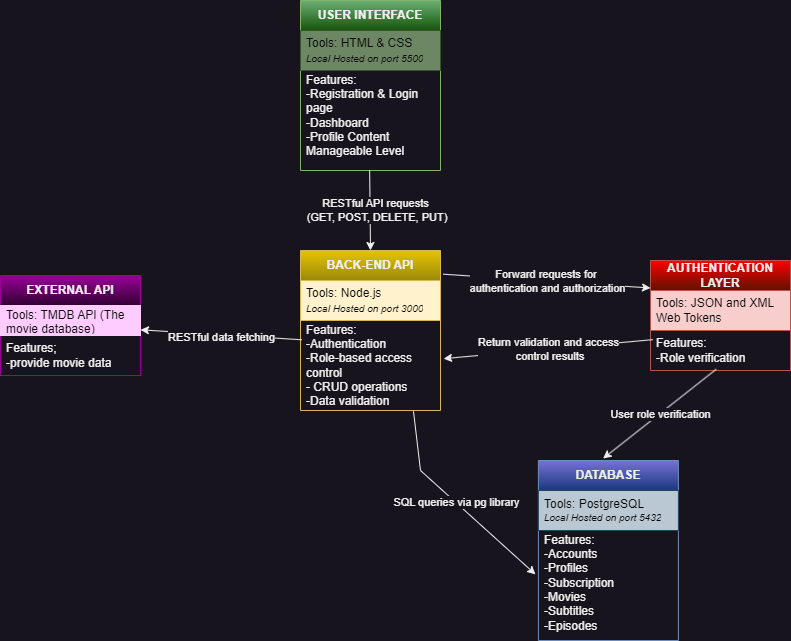
Above: netflix/documents/SystemOverview.drawio.png in MichelleCovali/netflix-project (draw.io), before the change. Source tidied: cells renumbered, new cells last; positions are measured from the earlier drawing's top-left corner, leaving out a move shared by most shapes. Source of this version:
```xml
<mxGraphModel>
  <root>
    <mxCell id="0" />
    <mxCell id="1" parent="0" />
    <mxCell id="2" value="USER INTERFACE" style="swimlane;fontStyle=1;horizontal=1;startSize=30;whiteSpace=wrap;html=1;fillColor=#6CB075;gradientColor=#15540B;strokeColor=#82b366;" parent="1" vertex="1">
      <mxGeometry x="300" width="140" height="170" as="geometry" />
    </mxCell>
    <mxCell id="3" value="&lt;font color=&quot;#000000&quot;&gt;Tools: HTML &amp;amp; CSS&lt;/font&gt;&lt;div&gt;&lt;font style=&quot;font-size: 10px;&quot; color=&quot;#000000&quot;&gt;&lt;i&gt;Local Hosted on port 5500&lt;/i&gt;&lt;/font&gt;&lt;/div&gt;" style="text;strokeColor=#3A5431;fillColor=#6d8764;align=left;verticalAlign=middle;spacingLeft=4;spacingRight=4;overflow=hidden;whiteSpace=wrap;html=1;fontColor=#ffffff;" parent="2" vertex="1">
      <mxGeometry y="30" width="140" height="40" as="geometry" />
    </mxCell>
    <mxCell id="4" value="Features:&amp;nbsp;&lt;div&gt;-Registration &amp;amp; Login page&lt;/div&gt;&lt;div&gt;-Dashboard&lt;/div&gt;&lt;div&gt;-Profile Content Manageable Level&lt;/div&gt;&lt;div&gt;&lt;br&gt;&lt;/div&gt;" style="text;strokeColor=none;fillColor=none;align=left;verticalAlign=middle;spacingLeft=4;spacingRight=4;overflow=hidden;points=[[0,0.5],[1,0.5]];portConstraint=eastwest;whiteSpace=wrap;html=1;" parent="2" vertex="1">
      <mxGeometry y="70" width="140" height="100" as="geometry" />
    </mxCell>
    <mxCell id="5" value="&lt;b&gt;BACK-END API&lt;/b&gt;" style="swimlane;fontStyle=0;horizontal=1;startSize=30;whiteSpace=wrap;html=1;fillColor=#E3C503;gradientColor=#9C8708;strokeColor=#d6b656;" parent="1" vertex="1">
      <mxGeometry x="300" y="250" width="140" height="160" as="geometry" />
    </mxCell>
    <mxCell id="6" value="Tools: Node.js&lt;div&gt;&lt;font style=&quot;font-size: 10px;&quot;&gt;&lt;i&gt;Local Hosted on port 3000&lt;/i&gt;&lt;/font&gt;&lt;/div&gt;" style="text;strokeColor=#d6b656;fillColor=#fff2cc;align=left;verticalAlign=middle;spacingLeft=4;spacingRight=4;overflow=hidden;whiteSpace=wrap;html=1;fontColor=#000000;" parent="5" vertex="1">
      <mxGeometry y="30" width="140" height="40" as="geometry" />
    </mxCell>
    <mxCell id="7" value="Features:&amp;nbsp;&lt;div&gt;-Authentication&lt;/div&gt;&lt;div&gt;-Role-based access control&lt;/div&gt;&lt;div&gt;- CRUD operations&lt;/div&gt;&lt;div&gt;-Data validation&lt;/div&gt;&lt;div&gt;&lt;br&gt;&lt;/div&gt;" style="text;strokeColor=none;fillColor=none;align=left;verticalAlign=middle;spacingLeft=4;spacingRight=4;overflow=hidden;points=[[0,0.5],[1,0.5]];portConstraint=eastwest;whiteSpace=wrap;html=1;" parent="5" vertex="1">
      <mxGeometry y="70" width="140" height="90" as="geometry" />
    </mxCell>
    <mxCell id="8" value="&lt;b&gt;DATABASE&lt;/b&gt;" style="swimlane;fontStyle=0;horizontal=1;startSize=30;whiteSpace=wrap;html=1;fillColor=#7872D6;gradientColor=#1A387D;strokeColor=#6c8ebf;" parent="1" vertex="1">
      <mxGeometry x="537.9" y="460" width="140" height="180" as="geometry" />
    </mxCell>
    <mxCell id="9" value="Tools: PostgreSQL&lt;div style=&quot;font-size: 10px;&quot;&gt;&lt;i&gt;Local Hosted on port 5432&lt;/i&gt;&lt;/div&gt;" style="text;strokeColor=#23445d;fillColor=#bac8d3;align=left;verticalAlign=middle;spacingLeft=4;spacingRight=4;overflow=hidden;whiteSpace=wrap;html=1;fontColor=#000000;" parent="8" vertex="1">
      <mxGeometry y="30" width="140" height="40" as="geometry" />
    </mxCell>
    <mxCell id="10" value="Features:&lt;div&gt;-Accounts&lt;/div&gt;&lt;div&gt;-Profiles&lt;/div&gt;&lt;div&gt;-Subscription&lt;/div&gt;&lt;div&gt;-Movies&lt;/div&gt;&lt;div&gt;-Subtitles&lt;/div&gt;&lt;div&gt;-Episodes&lt;/div&gt;&lt;div&gt;-&lt;/div&gt;" style="text;strokeColor=none;fillColor=none;align=left;verticalAlign=middle;spacingLeft=4;spacingRight=4;overflow=hidden;points=[[0,0.5],[1,0.5]];portConstraint=eastwest;whiteSpace=wrap;html=1;" parent="8" vertex="1">
      <mxGeometry y="70" width="140" height="110" as="geometry" />
    </mxCell>
    <mxCell id="11" value="&lt;b&gt;EXTERNAL API&lt;/b&gt;" style="swimlane;fontStyle=0;horizontal=1;startSize=30;whiteSpace=wrap;html=1;fillColor=#990099;gradientColor=#330033;strokeColor=#990099;" parent="1" vertex="1">
      <mxGeometry y="275" width="140" height="100" as="geometry" />
    </mxCell>
    <mxCell id="12" value="Tools: TMDB API (The movie database)" style="text;strokeColor=#FFCCFF;fillColor=#FFCCFF;align=left;verticalAlign=middle;spacingLeft=4;spacingRight=4;overflow=hidden;whiteSpace=wrap;html=1;fontColor=#000000;" parent="11" vertex="1">
      <mxGeometry y="30" width="140" height="30" as="geometry" />
    </mxCell>
    <mxCell id="13" value="Features;&lt;div&gt;-provide movie data&lt;/div&gt;" style="text;strokeColor=none;fillColor=none;align=left;verticalAlign=middle;spacingLeft=4;spacingRight=4;overflow=hidden;whiteSpace=wrap;html=1;" parent="11" vertex="1">
      <mxGeometry y="60" width="140" height="40" as="geometry" />
    </mxCell>
    <mxCell id="14" value="&lt;b&gt;AUTHENTICATION LAYER&lt;/b&gt;" style="swimlane;fontStyle=0;horizontal=1;startSize=30;whiteSpace=wrap;html=1;fillColor=#FF0000;gradientColor=#5E1300;strokeColor=#b85450;" parent="1" vertex="1">
      <mxGeometry x="650" y="260" width="140" height="110" as="geometry" />
    </mxCell>
    <mxCell id="15" value="Tools: JSON and XML Web Tokens" style="text;strokeColor=#b85450;fillColor=#f8cecc;align=left;verticalAlign=middle;spacingLeft=4;spacingRight=4;overflow=hidden;whiteSpace=wrap;html=1;fontColor=#000000;" parent="14" vertex="1">
      <mxGeometry y="30" width="140" height="40" as="geometry" />
    </mxCell>
    <mxCell id="16" value="Features:&lt;div&gt;-Role verification&lt;/div&gt;" style="text;strokeColor=none;fillColor=none;align=left;verticalAlign=middle;spacingLeft=4;spacingRight=4;overflow=hidden;points=[[0,0.5],[1,0.5]];portConstraint=eastwest;whiteSpace=wrap;html=1;" parent="14" vertex="1">
      <mxGeometry y="70" width="140" height="40" as="geometry" />
    </mxCell>
    <mxCell id="17" style="endArrow=classic;html=1;rounded=0;entryX=-0.021;entryY=0.399;entryDx=0;entryDy=0;entryPerimeter=0;exitX=0.807;exitY=1.008;exitDx=0;exitDy=0;exitPerimeter=0;" parent="1" edge="1" source="7" target="10">
      <mxGeometry relative="1" as="geometry">
        <Array as="points">
          <mxPoint x="420" y="470" />
        </Array>
      </mxGeometry>
    </mxCell>
    <mxCell id="18" value="SQL queries via pg library" style="edgeLabel;html=1;align=center;verticalAlign=middle;" parent="17" vertex="1">
      <mxGeometry relative="1" as="geometry" />
    </mxCell>
    <mxCell id="19" style="endArrow=classic;html=1;rounded=0;exitX=0.494;exitY=0.995;exitDx=0;exitDy=0;exitPerimeter=0;entryX=0.5;entryY=0;entryDx=0;entryDy=0;" parent="1" edge="1" source="4" target="5">
      <mxGeometry relative="1" as="geometry" />
    </mxCell>
    <mxCell id="20" value="RESTful API requests&lt;div&gt;&amp;nbsp;(GET, POST, DELETE, PUT)&lt;/div&gt;" style="edgeLabel;html=1;align=center;verticalAlign=middle;" parent="19" vertex="1">
      <mxGeometry relative="1" as="geometry">
        <mxPoint x="5" as="offset" />
      </mxGeometry>
    </mxCell>
    <mxCell id="21" style="endArrow=classic;html=1;rounded=0;exitX=0.009;exitY=0.214;exitDx=0;exitDy=0;exitPerimeter=0;" parent="1" edge="1" source="7" target="11">
      <mxGeometry relative="1" as="geometry" />
    </mxCell>
    <mxCell id="22" value="RESTful data fetching&lt;div&gt;&lt;br&gt;&lt;/div&gt;" style="edgeLabel;html=1;align=center;verticalAlign=middle;" parent="21" vertex="1">
      <mxGeometry relative="1" as="geometry">
        <mxPoint y="9" as="offset" />
      </mxGeometry>
    </mxCell>
    <mxCell id="23" style="endArrow=classic;html=1;rounded=0;entryX=0;entryY=0.25;entryDx=0;entryDy=0;exitX=1.019;exitY=0.148;exitDx=0;exitDy=0;exitPerimeter=0;" parent="1" edge="1" source="5" target="14">
      <mxGeometry relative="1" as="geometry" />
    </mxCell>
    <mxCell id="24" value="Forward requests for&amp;nbsp;&lt;div&gt;authentication and authorization&lt;/div&gt;" style="edgeLabel;html=1;align=center;verticalAlign=middle;" parent="23" vertex="1">
      <mxGeometry relative="1" as="geometry" />
    </mxCell>
    <mxCell id="25" style="endArrow=classic;html=1;rounded=0;entryX=0.462;entryY=-0.011;entryDx=0;entryDy=0;entryPerimeter=0;exitX=0.47;exitY=0.967;exitDx=0;exitDy=0;exitPerimeter=0;" parent="1" edge="1" source="16" target="8">
      <mxGeometry relative="1" as="geometry" />
    </mxCell>
    <mxCell id="26" value="User role verification" style="edgeLabel;html=1;align=center;verticalAlign=middle;" parent="25" vertex="1">
      <mxGeometry relative="1" as="geometry" />
    </mxCell>
    <mxCell id="27" style="endArrow=classic;html=1;rounded=0;exitX=0.017;exitY=0.229;exitDx=0;exitDy=0;exitPerimeter=0;entryX=1.022;entryY=0.424;entryDx=0;entryDy=0;entryPerimeter=0;" parent="1" edge="1" source="16" target="7">
      <mxGeometry relative="1" as="geometry" />
    </mxCell>
    <mxCell id="28" value="Return validation and access&lt;div&gt;&amp;nbsp;control results&lt;/div&gt;" style="edgeLabel;html=1;align=center;verticalAlign=middle;" parent="27" vertex="1">
      <mxGeometry relative="1" as="geometry" />
    </mxCell>
  </root>
</mxGraphModel>
```
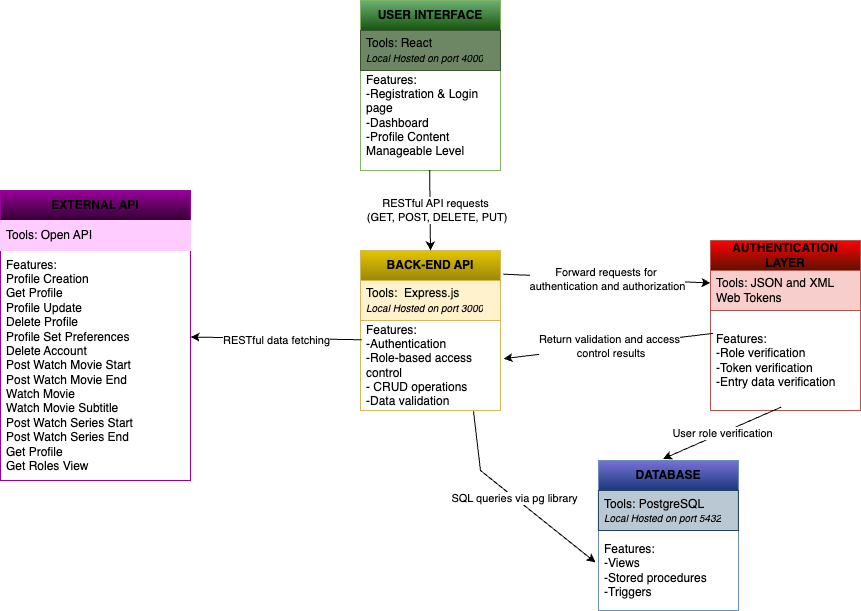
The same file after the commit.

What changed in the source:
```diff
@@ -5,7 +5,7 @@
     <mxCell id="2" value="USER INTERFACE" style="swimlane;fontStyle=1;horizontal=1;startSize=30;whiteSpace=wrap;html=1;fillColor=#6CB075;gradientColor=#15540B;strokeColor=#82b366;" parent="1" vertex="1">
       <mxGeometry x="300" width="140" height="170" as="geometry" />
     </mxCell>
-    <mxCell id="3" value="&lt;font color=&quot;#000000&quot;&gt;Tools: HTML &amp;amp; CSS&lt;/font&gt;&lt;div&gt;&lt;font style=&quot;font-size: 10px;&quot; color=&quot;#000000&quot;&gt;&lt;i&gt;Local Hosted on port 5500&lt;/i&gt;&lt;/font&gt;&lt;/div&gt;" style="text;strokeColor=#3A5431;fillColor=#6d8764;align=left;verticalAlign=middle;spacingLeft=4;spacingRight=4;overflow=hidden;whiteSpace=wrap;html=1;fontColor=#ffffff;" parent="2" vertex="1">
+    <mxCell id="3" value="&lt;font color=&quot;#000000&quot;&gt;Tools: React&lt;/font&gt;&lt;div&gt;&lt;font style=&quot;font-size: 10px;&quot; color=&quot;#000000&quot;&gt;&lt;i&gt;Local Hosted on port 4000&lt;/i&gt;&lt;/font&gt;&lt;/div&gt;" style="text;strokeColor=#3A5431;fillColor=#6d8764;align=left;verticalAlign=middle;spacingLeft=4;spacingRight=4;overflow=hidden;whiteSpace=wrap;html=1;fontColor=#ffffff;" parent="2" vertex="1">
       <mxGeometry y="30" width="140" height="40" as="geometry" />
     </mxCell>
     <mxCell id="4" value="Features:&amp;nbsp;&lt;div&gt;-Registration &amp;amp; Login page&lt;/div&gt;&lt;div&gt;-Dashboard&lt;/div&gt;&lt;div&gt;-Profile Content Manageable Level&lt;/div&gt;&lt;div&gt;&lt;br&gt;&lt;/div&gt;" style="text;strokeColor=none;fillColor=none;align=left;verticalAlign=middle;spacingLeft=4;spacingRight=4;overflow=hidden;points=[[0,0.5],[1,0.5]];portConstraint=eastwest;whiteSpace=wrap;html=1;" parent="2" vertex="1">
@@ -14,38 +14,38 @@
     <mxCell id="5" value="&lt;b&gt;BACK-END API&lt;/b&gt;" style="swimlane;fontStyle=0;horizontal=1;startSize=30;whiteSpace=wrap;html=1;fillColor=#E3C503;gradientColor=#9C8708;strokeColor=#d6b656;" parent="1" vertex="1">
       <mxGeometry x="300" y="250" width="140" height="160" as="geometry" />
     </mxCell>
-    <mxCell id="6" value="Tools: Node.js&lt;div&gt;&lt;font style=&quot;font-size: 10px;&quot;&gt;&lt;i&gt;Local Hosted on port 3000&lt;/i&gt;&lt;/font&gt;&lt;/div&gt;" style="text;strokeColor=#d6b656;fillColor=#fff2cc;align=left;verticalAlign=middle;spacingLeft=4;spacingRight=4;overflow=hidden;whiteSpace=wrap;html=1;fontColor=#000000;" parent="5" vertex="1">
+    <mxCell id="6" value="Tools:&amp;nbsp; Express.js&lt;div&gt;&lt;font style=&quot;font-size: 10px;&quot;&gt;&lt;i&gt;Local Hosted on port 3000&lt;/i&gt;&lt;/font&gt;&lt;/div&gt;" style="text;strokeColor=#d6b656;fillColor=#fff2cc;align=left;verticalAlign=middle;spacingLeft=4;spacingRight=4;overflow=hidden;whiteSpace=wrap;html=1;fontColor=#000000;" parent="5" vertex="1">
       <mxGeometry y="30" width="140" height="40" as="geometry" />
     </mxCell>
     <mxCell id="7" value="Features:&amp;nbsp;&lt;div&gt;-Authentication&lt;/div&gt;&lt;div&gt;-Role-based access control&lt;/div&gt;&lt;div&gt;- CRUD operations&lt;/div&gt;&lt;div&gt;-Data validation&lt;/div&gt;&lt;div&gt;&lt;br&gt;&lt;/div&gt;" style="text;strokeColor=none;fillColor=none;align=left;verticalAlign=middle;spacingLeft=4;spacingRight=4;overflow=hidden;points=[[0,0.5],[1,0.5]];portConstraint=eastwest;whiteSpace=wrap;html=1;" parent="5" vertex="1">
       <mxGeometry y="70" width="140" height="90" as="geometry" />
     </mxCell>
     <mxCell id="8" value="&lt;b&gt;DATABASE&lt;/b&gt;" style="swimlane;fontStyle=0;horizontal=1;startSize=30;whiteSpace=wrap;html=1;fillColor=#7872D6;gradientColor=#1A387D;strokeColor=#6c8ebf;" parent="1" vertex="1">
-      <mxGeometry x="537.9" y="460" width="140" height="180" as="geometry" />
+      <mxGeometry x="537.9" y="460" width="140" height="150" as="geometry" />
     </mxCell>
     <mxCell id="9" value="Tools: PostgreSQL&lt;div style=&quot;font-size: 10px;&quot;&gt;&lt;i&gt;Local Hosted on port 5432&lt;/i&gt;&lt;/div&gt;" style="text;strokeColor=#23445d;fillColor=#bac8d3;align=left;verticalAlign=middle;spacingLeft=4;spacingRight=4;overflow=hidden;whiteSpace=wrap;html=1;fontColor=#000000;" parent="8" vertex="1">
       <mxGeometry y="30" width="140" height="40" as="geometry" />
     </mxCell>
-    <mxCell id="10" value="Features:&lt;div&gt;-Accounts&lt;/div&gt;&lt;div&gt;-Profiles&lt;/div&gt;&lt;div&gt;-Subscription&lt;/div&gt;&lt;div&gt;-Movies&lt;/div&gt;&lt;div&gt;-Subtitles&lt;/div&gt;&lt;div&gt;-Episodes&lt;/div&gt;&lt;div&gt;-&lt;/div&gt;" style="text;strokeColor=none;fillColor=none;align=left;verticalAlign=middle;spacingLeft=4;spacingRight=4;overflow=hidden;points=[[0,0.5],[1,0.5]];portConstraint=eastwest;whiteSpace=wrap;html=1;" parent="8" vertex="1">
-      <mxGeometry y="70" width="140" height="110" as="geometry" />
+    <mxCell id="10" value="Features:&lt;div&gt;-Views&lt;/div&gt;&lt;div&gt;-Stored procedures&lt;/div&gt;&lt;div&gt;-Triggers&lt;/div&gt;" style="text;strokeColor=none;fillColor=none;align=left;verticalAlign=middle;spacingLeft=4;spacingRight=4;overflow=hidden;points=[[0,0.5],[1,0.5]];portConstraint=eastwest;whiteSpace=wrap;html=1;" parent="8" vertex="1">
+      <mxGeometry y="70" width="140" height="80" as="geometry" />
     </mxCell>
     <mxCell id="11" value="&lt;b&gt;EXTERNAL API&lt;/b&gt;" style="swimlane;fontStyle=0;horizontal=1;startSize=30;whiteSpace=wrap;html=1;fillColor=#990099;gradientColor=#330033;strokeColor=#990099;" parent="1" vertex="1">
-      <mxGeometry y="275" width="140" height="100" as="geometry" />
+      <mxGeometry x="-60" y="190" width="190" height="290" as="geometry" />
     </mxCell>
-    <mxCell id="12" value="Tools: TMDB API (The movie database)" style="text;strokeColor=#FFCCFF;fillColor=#FFCCFF;align=left;verticalAlign=middle;spacingLeft=4;spacingRight=4;overflow=hidden;whiteSpace=wrap;html=1;fontColor=#000000;" parent="11" vertex="1">
-      <mxGeometry y="30" width="140" height="30" as="geometry" />
+    <mxCell id="12" value="Tools: Open API&amp;nbsp;" style="text;strokeColor=#FFCCFF;fillColor=#FFCCFF;align=left;verticalAlign=middle;spacingLeft=4;spacingRight=4;overflow=hidden;whiteSpace=wrap;html=1;fontColor=#000000;" parent="11" vertex="1">
+      <mxGeometry y="30" width="190" height="30" as="geometry" />
     </mxCell>
-    <mxCell id="13" value="Features;&lt;div&gt;-provide movie data&lt;/div&gt;" style="text;strokeColor=none;fillColor=none;align=left;verticalAlign=middle;spacingLeft=4;spacingRight=4;overflow=hidden;whiteSpace=wrap;html=1;" parent="11" vertex="1">
-      <mxGeometry y="60" width="140" height="40" as="geometry" />
+    <mxCell id="13" value="Features:&amp;nbsp;&lt;div&gt;&lt;div&gt;Profile Creation&lt;/div&gt;&lt;div&gt;Get Profile&lt;/div&gt;&lt;div&gt;Profile Update&lt;/div&gt;&lt;div&gt;Delete Profile&lt;/div&gt;&lt;div&gt;Profile Set Preferences&lt;/div&gt;&lt;div&gt;Delete Account&lt;/div&gt;&lt;div&gt;Post Watch Movie Start&lt;/div&gt;&lt;div&gt;Post Watch Movie End&lt;/div&gt;&lt;div&gt;Watch Movie&lt;/div&gt;&lt;div&gt;Watch Movie Subtitle&lt;/div&gt;&lt;div&gt;Post Watch Series Start&lt;/div&gt;&lt;div&gt;Post Watch Series End&lt;/div&gt;&lt;div&gt;Get Profile&lt;/div&gt;&lt;div&gt;Get Roles View&lt;/div&gt;&lt;/div&gt;" style="text;strokeColor=none;fillColor=none;align=left;verticalAlign=middle;spacingLeft=4;spacingRight=4;overflow=hidden;whiteSpace=wrap;html=1;" parent="11" vertex="1">
+      <mxGeometry y="60" width="190" height="230" as="geometry" />
     </mxCell>
     <mxCell id="14" value="&lt;b&gt;AUTHENTICATION LAYER&lt;/b&gt;" style="swimlane;fontStyle=0;horizontal=1;startSize=30;whiteSpace=wrap;html=1;fillColor=#FF0000;gradientColor=#5E1300;strokeColor=#b85450;" parent="1" vertex="1">
-      <mxGeometry x="650" y="260" width="140" height="110" as="geometry" />
+      <mxGeometry x="650" y="240" width="150" height="170" as="geometry" />
     </mxCell>
     <mxCell id="15" value="Tools: JSON and XML Web Tokens" style="text;strokeColor=#b85450;fillColor=#f8cecc;align=left;verticalAlign=middle;spacingLeft=4;spacingRight=4;overflow=hidden;whiteSpace=wrap;html=1;fontColor=#000000;" parent="14" vertex="1">
-      <mxGeometry y="30" width="140" height="40" as="geometry" />
+      <mxGeometry y="30" width="150" height="40" as="geometry" />
     </mxCell>
-    <mxCell id="16" value="Features:&lt;div&gt;-Role verification&lt;/div&gt;" style="text;strokeColor=none;fillColor=none;align=left;verticalAlign=middle;spacingLeft=4;spacingRight=4;overflow=hidden;points=[[0,0.5],[1,0.5]];portConstraint=eastwest;whiteSpace=wrap;html=1;" parent="14" vertex="1">
-      <mxGeometry y="70" width="140" height="40" as="geometry" />
+    <mxCell id="16" value="Features:&lt;div&gt;-Role verification&lt;/div&gt;&lt;div&gt;-Token verification&lt;/div&gt;&lt;div&gt;-Entry data verification&lt;/div&gt;" style="text;strokeColor=none;fillColor=none;align=left;verticalAlign=middle;spacingLeft=4;spacingRight=4;overflow=hidden;points=[[0,0.5],[1,0.5]];portConstraint=eastwest;whiteSpace=wrap;html=1;" parent="14" vertex="1">
+      <mxGeometry y="70" width="150" height="100" as="geometry" />
     </mxCell>
     <mxCell id="17" style="endArrow=classic;html=1;rounded=0;entryX=-0.021;entryY=0.399;entryDx=0;entryDy=0;entryPerimeter=0;exitX=0.807;exitY=1.008;exitDx=0;exitDy=0;exitPerimeter=0;" parent="1" edge="1" source="7" target="10">
       <mxGeometry relative="1" as="geometry">
```
